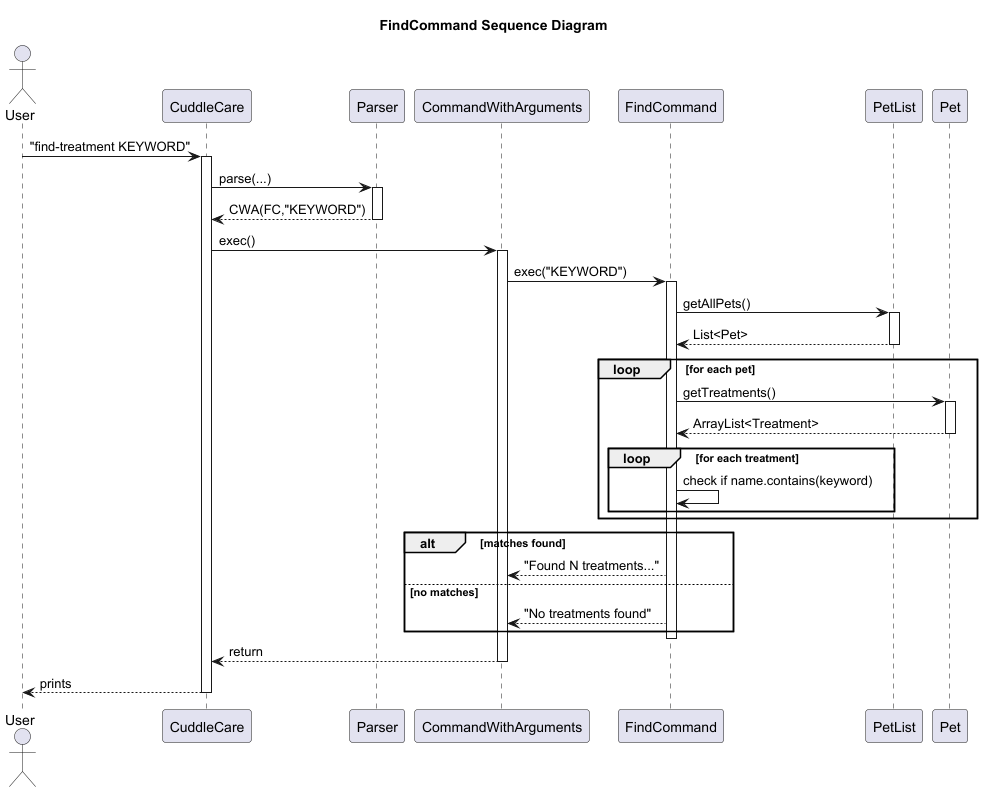
Above: docs/diagrams/FindTreatmentCommand_Sequence_Diagram.png in Kevin88866/tp (PlantUML), before the change. The source it was exported from:
```plantuml
@startuml
title FindCommand Sequence Diagram
actor User
participant CuddleCare
participant Parser
participant CommandWithArguments as CWA
participant FindCommand as FC
participant PetList
participant Pet

User -> CuddleCare : "find-treatment KEYWORD"
activate CuddleCare
CuddleCare -> Parser : parse(...)
activate Parser
Parser --> CuddleCare : CWA(FC,"KEYWORD")
deactivate Parser

CuddleCare -> CWA : exec()
activate CWA
CWA -> FC : exec("KEYWORD")
activate FC

FC -> PetList : getAllPets()
activate PetList
PetList --> FC : List<Pet>
deactivate PetList

loop for each pet
  FC -> Pet : getTreatments()
  activate Pet
  Pet --> FC : ArrayList<Treatment>
  deactivate Pet

  loop for each treatment
    FC -> FC : check if name.contains(keyword)
  end
end

alt matches found
  FC --> CWA : "Found N treatments..."
else no matches
  FC --> CWA : "No treatments found"
end

deactivate FC
CWA --> CuddleCare : return
deactivate CWA
CuddleCare --> User : prints
deactivate CuddleCare
@enduml
```
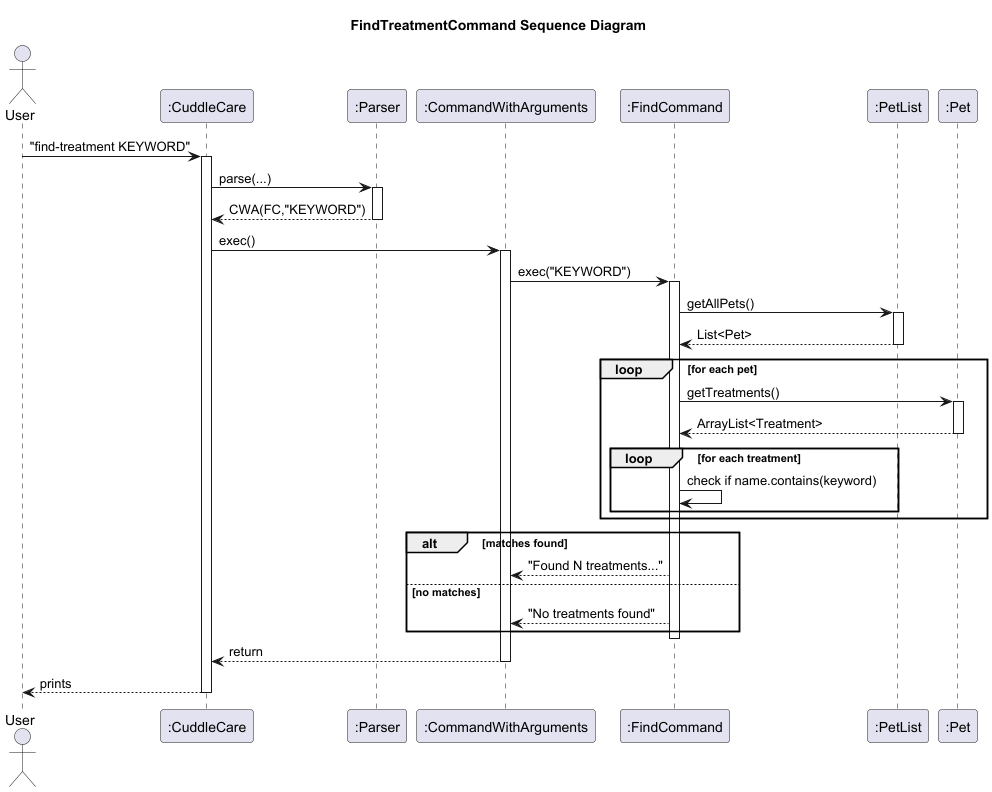
Above is the later version.

Commit message:
Update sequence diagrams with correct notation

Diff of the diagram source:
```diff
@@ -1,12 +1,12 @@
 @startuml
-title FindCommand Sequence Diagram
+title FindTreatmentCommand Sequence Diagram
 actor User
-participant CuddleCare
-participant Parser
-participant CommandWithArguments as CWA
-participant FindCommand as FC
-participant PetList
-participant Pet
+participant ":CuddleCare" as CuddleCare
+participant ":Parser" as Parser
+participant ":CommandWithArguments" as CWA
+participant ":FindCommand" as FC
+participant ":PetList" as PetList
+participant ":Pet" as Pet
 
 User -> CuddleCare : "find-treatment KEYWORD"
 activate CuddleCare
```
